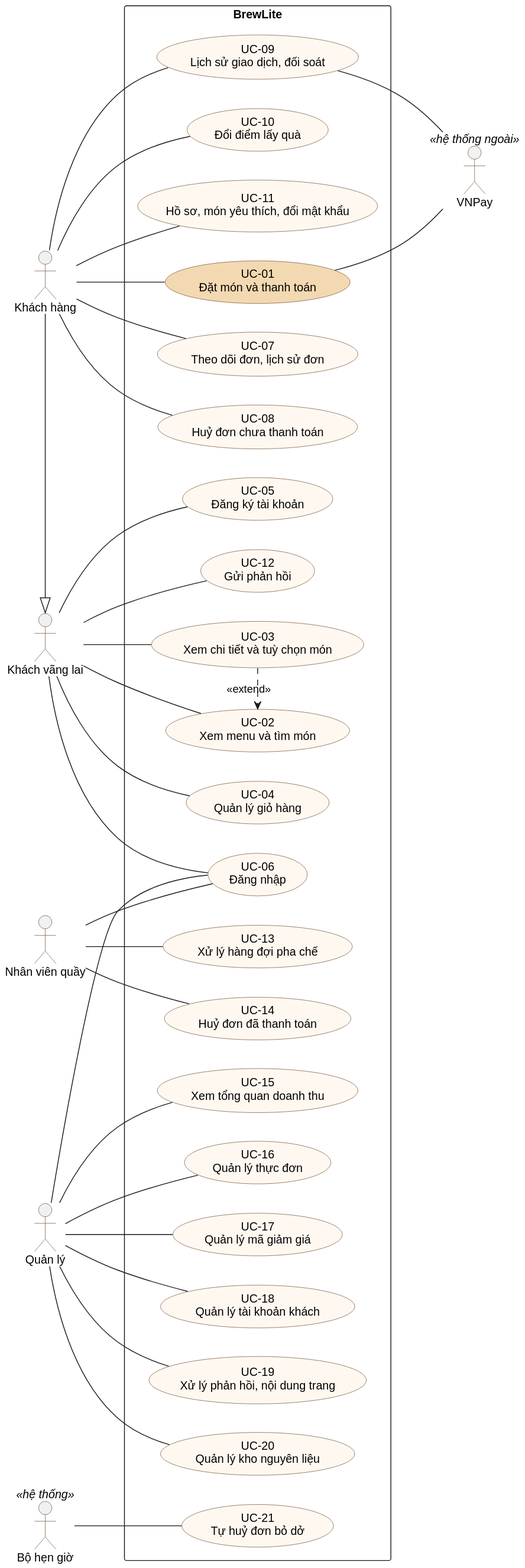
Above: docs/requirements/use-case-tong-quat.svg in SuccessPhan/brewlite-assignment2 (PlantUML), before the change.
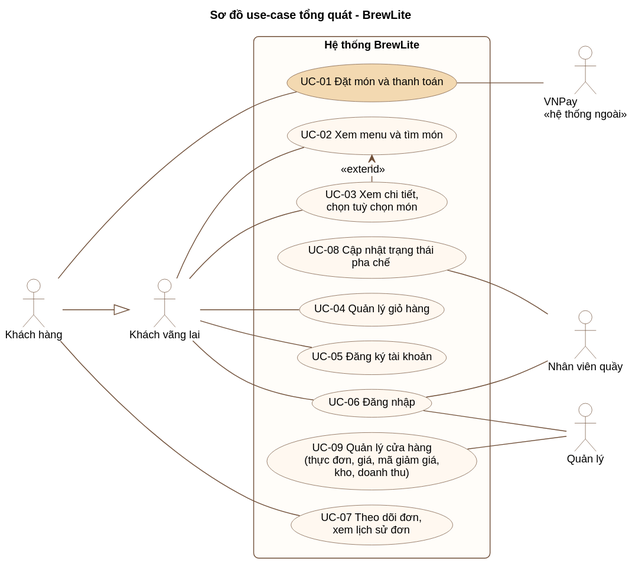
The same file after the commit.

Commit message:
docs(requirements): sơ đồ use-case tổng quát rút còn 9 use case theo phạm vi đề, không còn đường bắt chéo

What changed in the source:
```diff
@@ -1,75 +1,61 @@
 @startuml
 left to right direction
-skinparam packageStyle rectangle
 skinparam shadowing false
 skinparam defaultFontName Arial
+skinparam defaultFontSize 13
+skinparam packageStyle rectangle
+skinparam roundCorner 12
+skinparam nodesep 18
+skinparam ranksep 80
+skinparam ArrowColor #6F4E37
+skinparam actor {
+  BorderColor #6F4E37
+  BackgroundColor #FFFFFF
+}
 skinparam usecase {
   BackgroundColor #FFF8F0
   BorderColor #6F4E37
 }
-skinparam actorBorderColor #6F4E37
+skinparam rectangle {
+  BorderColor #6F4E37
+  BackgroundColor #FFFDF9
+  FontStyle bold
+}
 
+title Sơ đồ use-case tổng quát - BrewLite
+
+actor "Khách hàng" as Customer
 actor "Khách vãng lai" as Guest
-actor "Khách hàng" as Customer
+Customer -down-|> Guest
+
+rectangle "Hệ thống BrewLite" {
+  usecase "UC-01 Đặt món và thanh toán" as UC01 #F3D9B1
+  usecase "UC-07 Theo dõi đơn,\nxem lịch sử đơn" as UC07
+  usecase "UC-08 Cập nhật trạng thái\npha chế" as UC08
+  usecase "UC-09 Quản lý cửa hàng\n(thực đơn, giá, mã giảm giá,\nkho, doanh thu)" as UC09
+  usecase "UC-06 Đăng nhập" as UC06
+  usecase "UC-02 Xem menu và tìm món" as UC02
+  usecase "UC-03 Xem chi tiết,\nchọn tuỳ chọn món" as UC03
+  usecase "UC-04 Quản lý giỏ hàng" as UC04
+  usecase "UC-05 Đăng ký tài khoản" as UC05
+}
+
+actor "VNPay\n<<hệ thống ngoài>>" as VNPay
 actor "Nhân viên quầy" as Staff
 actor "Quản lý" as Manager
-actor "VNPay" as VNPay <<hệ thống ngoài>>
-actor "Bộ hẹn giờ" as Timer <<hệ thống>>
 
-Customer -|> Guest
-
-rectangle "BrewLite" {
-  usecase "UC-02\nXem menu và tìm món" as UC02
-  usecase "UC-03\nXem chi tiết và tuỳ chọn món" as UC03
-  usecase "UC-04\nQuản lý giỏ hàng" as UC04
-  usecase "UC-05\nĐăng ký tài khoản" as UC05
-  usecase "UC-06\nĐăng nhập" as UC06
-  usecase "UC-12\nGửi phản hồi" as UC12
-
-  usecase "UC-01\nĐặt món và thanh toán" as UC01 #F3D9B1
-  usecase "UC-07\nTheo dõi đơn, lịch sử đơn" as UC07
-  usecase "UC-08\nHuỷ đơn chưa thanh toán" as UC08
-  usecase "UC-09\nLịch sử giao dịch, đối soát" as UC09
-  usecase "UC-10\nĐổi điểm lấy quà" as UC10
-  usecase "UC-11\nHồ sơ, món yêu thích, đổi mật khẩu" as UC11
-
-  usecase "UC-13\nXử lý hàng đợi pha chế" as UC13
-  usecase "UC-14\nHuỷ đơn đã thanh toán" as UC14
-
-  usecase "UC-15\nXem tổng quan doanh thu" as UC15
-  usecase "UC-16\nQuản lý thực đơn" as UC16
-  usecase "UC-17\nQuản lý mã giảm giá" as UC17
-  usecase "UC-18\nQuản lý tài khoản khách" as UC18
-  usecase "UC-19\nXử lý phản hồi, nội dung trang" as UC19
-  usecase "UC-20\nQuản lý kho nguyên liệu" as UC20
-
-  usecase "UC-21\nTự huỷ đơn bỏ dở" as UC21
-}
-
+Customer -- UC01
+Customer -- UC07
+Guest -- UC06
 Guest -- UC02
 Guest -- UC03
 Guest -- UC04
 Guest -- UC05
-Guest -- UC06
-Guest -- UC12
-Customer -- UC01
-Customer -- UC07
-Customer -- UC08
-Customer -- UC09
-Customer -- UC10
-Customer -- UC11
-Staff -- UC06
-Staff -- UC13
-Staff -- UC14
-Manager -- UC06
-Manager -- UC15
-Manager -- UC16
-Manager -- UC17
-Manager -- UC18
-Manager -- UC19
-Manager -- UC20
+UC03 .> UC02 : <<extend>>
+
 UC01 -- VNPay
-UC09 -- VNPay
-Timer -- UC21
-UC03 .> UC02 : <<extend>>
+UC06 -- Staff
+UC08 -- Staff
+UC06 -- Manager
+UC09 -- Manager
 @enduml
```
